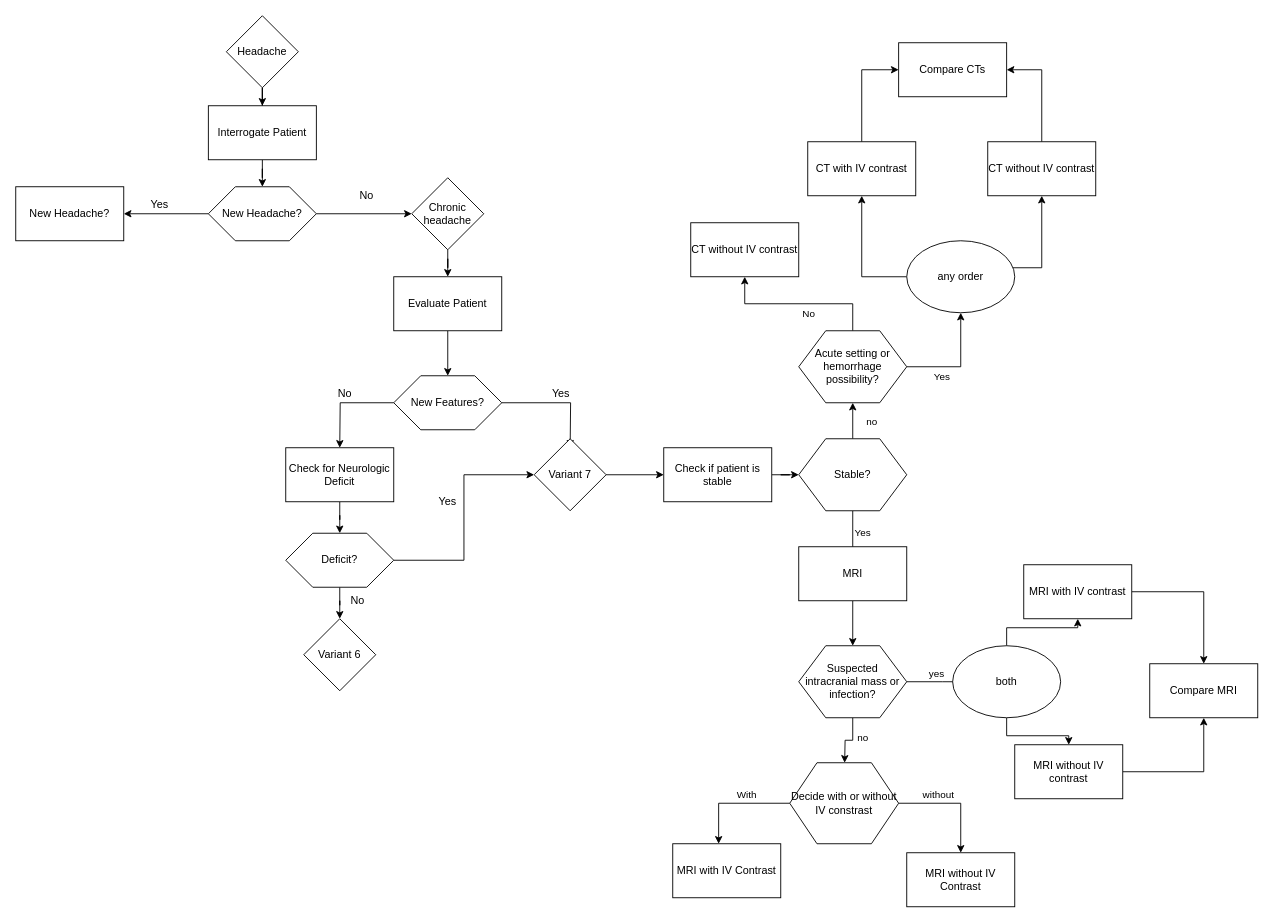
ColumbusDong/Boptum keeps this draw.io diagram as Untitled Diagram.drawio. Above is the earlier version. Source tidied: cells renumbered, new cells numbered last; positions are measured from the earlier drawing's top-left corner, leaving out a move shared by most shapes. Both pictures are drawn from the tidied source at 90%, with x=0, y=0 at pixel (15, 15).
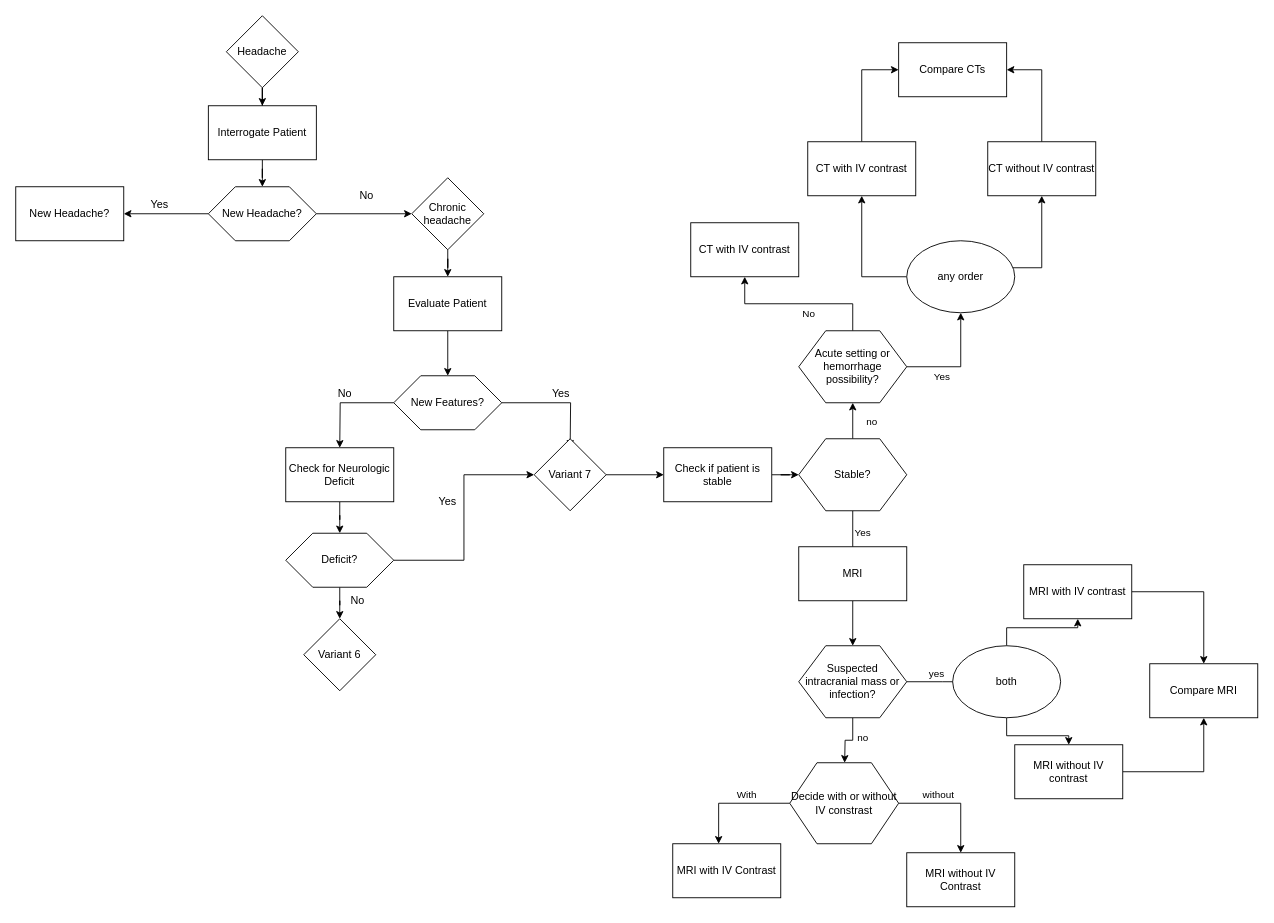
Above is the later version.

The edit, as a diff of the source:
```diff
@@
-    <mxCell id="38" value="CT without IV contrast" style="rounded=0;whiteSpace=wrap;html=1;" parent="1" vertex="1">
+    <mxCell id="38" value="CT with IV contrast" style="rounded=0;whiteSpace=wrap;html=1;" parent="1" vertex="1">
       <mxGeometry x="750" y="230" width="120" height="60" as="geometry" />
     </mxCell>
```
